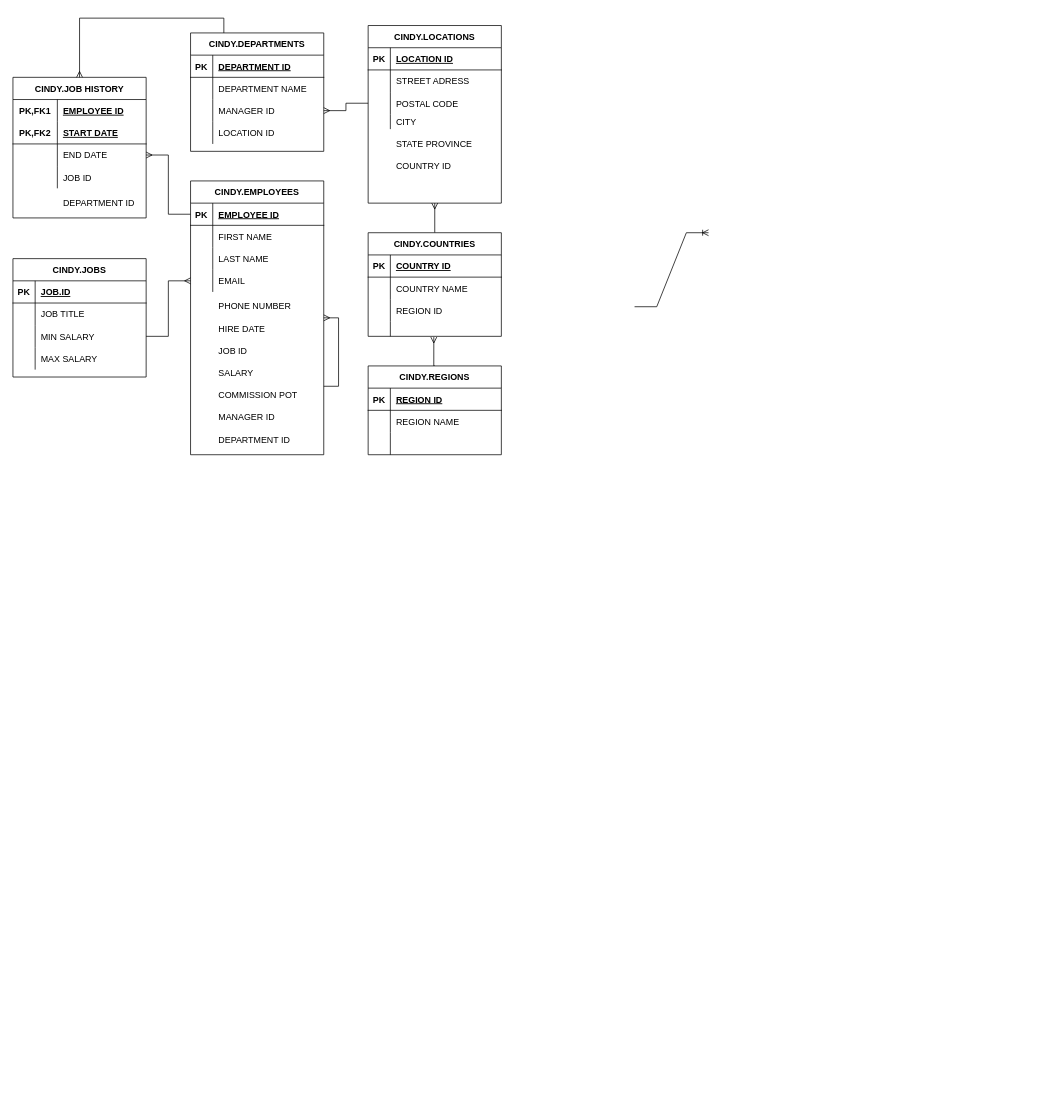
The draw.io diagram Untitled Diagram.drawio in 5w1nd9/creatingERDsWithDraw.io, before the edit. Source tidied: cells renumbered, new cells numbered last; positions are measured from the earlier drawing's top-left corner, leaving out a move shared by most shapes. Both pictures are drawn from the tidied source at 74%, with x=0, y=0 at pixel (13, 25).
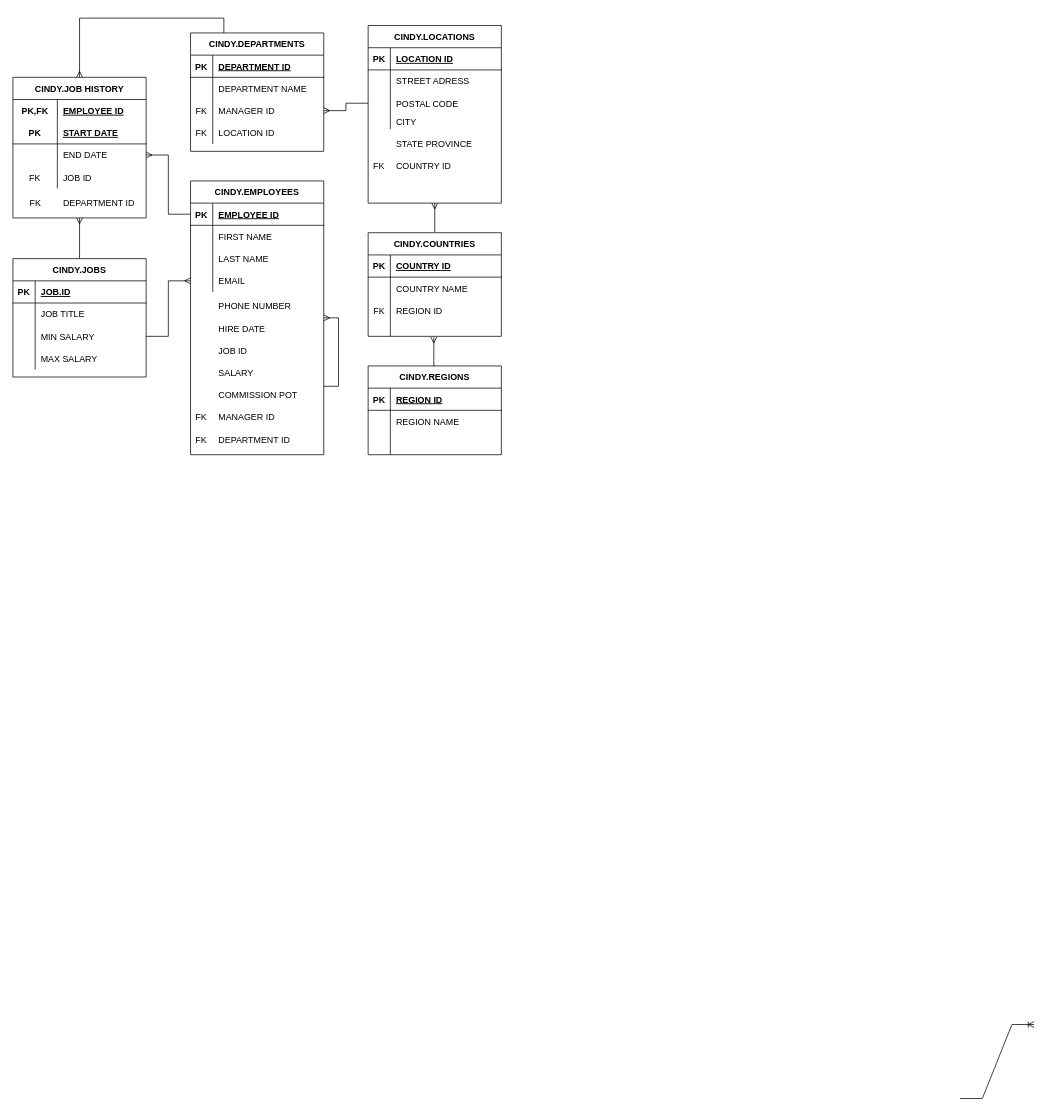
The same page after the edit.

Unchanged cells that the change refers to:
```xml
<mxCell id="2" value="CINDY.JOBS" style="shape=table;startSize=30;childLayout=tableLayout;rowLines=0;fontStyle=1;align=center;" parent="1" vertex="1">
  <mxGeometry y="315" width="180" height="160" as="geometry" />
</mxCell>
<mxCell id="15" value="CINDY.JOB HISTORY" style="shape=table;startSize=30;childLayout=tableLayout;rowLines=0;fontStyle=1;align=center;" parent="1" vertex="1">
  <mxGeometry y="70" width="180" height="190" as="geometry" />
</mxCell>
<mxCell id="16" style="shape=partialRectangle;fillColor=none;top=0;left=0;bottom=0;right=0;" parent="15" vertex="1">
  <mxGeometry y="30" width="180" height="30" as="geometry" />
</mxCell>
<mxCell id="19" style="shape=partialRectangle;fillColor=none;top=0;left=0;bottom=1;right=0;" parent="15" vertex="1">
  <mxGeometry y="60" width="180" height="30" as="geometry" />
</mxCell>
<mxCell id="25" style="shape=partialRectangle;fillColor=none;top=0;left=0;bottom=0;right=0;" parent="15" vertex="1">
  <mxGeometry y="120" width="180" height="30" as="geometry" />
</mxCell>
<mxCell id="36" style="shape=partialRectangle;fillColor=none;top=0;left=0;bottom=0;right=0;points=[[0,0.5],[1,0.5]];portConstraint=eastwest;" parent="29" vertex="1">
  <mxGeometry y="90" width="180" height="30" as="geometry" />
</mxCell>
<mxCell id="39" style="shape=partialRectangle;fillColor=none;top=0;left=0;bottom=0;right=0;" parent="29" vertex="1">
  <mxGeometry y="120" width="180" height="30" as="geometry" />
</mxCell>
<mxCell id="76" style="shape=partialRectangle;fillColor=none;top=0;left=0;bottom=0;right=0;" parent="69" vertex="1">
  <mxGeometry y="90" width="180" height="30" as="geometry" />
</mxCell>
```

Change to the diagram source:
```diff
@@
+    <mxCell id="108" style="edgeStyle=orthogonalEdgeStyle;rounded=0;jettySize=auto;html=1;exitX=0.5;exitY=0;exitDx=0;exitDy=0;entryX=0.5;entryY=1;entryDx=0;entryDy=0;endArrow=ERmany;endFill=0;" parent="1" edge="1" source="2" target="15">
+      <mxGeometry relative="1" as="geometry" />
+    </mxCell>
@@
-    <mxCell id="17" value="PK,FK1" style="shape=partialRectangle;fillColor=none;top=0;left=0;bottom=0;right=0;fontStyle=1;overflow=hidden;" parent="16" vertex="1">
+    <mxCell id="17" value="PK,FK" style="shape=partialRectangle;fillColor=none;top=0;left=0;bottom=0;right=0;fontStyle=1;overflow=hidden;" parent="16" vertex="1">
       <mxGeometry width="60" height="30" as="geometry" />
     </mxCell>
@@
-    <mxCell id="20" value="PK,FK2" style="shape=partialRectangle;fillColor=none;top=0;left=0;bottom=0;right=0;fontStyle=1;overflow=hidden;" parent="19" vertex="1">
+    <mxCell id="20" value="PK" style="shape=partialRectangle;fillColor=none;top=0;left=0;bottom=0;right=0;fontStyle=1;overflow=hidden;" parent="19" vertex="1">
       <mxGeometry width="60" height="30" as="geometry" />
     </mxCell>
@@
-    <mxCell id="26" style="shape=partialRectangle;fillColor=none;top=0;left=0;bottom=0;right=0;overflow=hidden;" parent="25" vertex="1">
+    <mxCell id="26" value="FK" style="shape=partialRectangle;fillColor=none;top=0;left=0;bottom=0;right=0;overflow=hidden;" parent="25" vertex="1">
       <mxGeometry width="60" height="30" as="geometry" />
     </mxCell>
@@
-    <mxCell id="37" style="shape=partialRectangle;fillColor=none;top=0;left=0;bottom=0;right=0;overflow=hidden;" parent="36" vertex="1">
+    <mxCell id="37" value="FK" style="shape=partialRectangle;fillColor=none;top=0;left=0;bottom=0;right=0;overflow=hidden;" parent="36" vertex="1">
       <mxGeometry width="30" height="30" as="geometry" />
     </mxCell>
@@
-    <mxCell id="40" style="shape=partialRectangle;fillColor=none;top=0;left=0;bottom=0;right=0;overflow=hidden;" parent="39" vertex="1">
+    <mxCell id="40" value="FK" style="shape=partialRectangle;fillColor=none;top=0;left=0;bottom=0;right=0;overflow=hidden;" parent="39" vertex="1">
       <mxGeometry width="30" height="30" as="geometry" />
     </mxCell>
@@
-    <mxCell id="77" style="shape=partialRectangle;fillColor=none;top=0;left=0;bottom=0;right=0;overflow=hidden;" parent="76" vertex="1">
+    <mxCell id="77" value="FK" style="shape=partialRectangle;fillColor=none;top=0;left=0;bottom=0;right=0;overflow=hidden;" parent="76" vertex="1">
       <mxGeometry width="30" height="30" as="geometry" />
     </mxCell>
@@
     <mxCell id="103" style="edgeStyle=entityRelationEdgeStyle;fontSize=12;html=1;endArrow=ERoneToMany;rounded=0;" parent="1" edge="1">
       <mxGeometry relative="1" as="geometry">
-        <mxPoint x="840" y="380" as="sourcePoint" />
-        <mxPoint x="940" y="280" as="targetPoint" />
+        <mxPoint x="1280" y="1450" as="sourcePoint" />
+        <mxPoint x="1380" y="1350" as="targetPoint" />
       </mxGeometry>
     </mxCell>
@@
+    <mxCell id="109" value="FK" style="text;html=1;align=left;verticalAlign=middle;strokeColor=none;fillColor=none;" parent="1" vertex="1">
+      <mxGeometry x="485" y="180" width="30" height="20" as="geometry" />
+    </mxCell>
+    <mxCell id="110" value="FK" style="text;html=1;align=left;verticalAlign=middle;strokeColor=none;fillColor=none;" parent="1" vertex="1">
+      <mxGeometry x="245" y="520" width="30" height="20" as="geometry" />
+    </mxCell>
+    <mxCell id="111" value="FK" style="text;html=1;align=left;verticalAlign=middle;strokeColor=none;fillColor=none;" parent="1" vertex="1">
+      <mxGeometry x="245" y="550" width="30" height="20" as="geometry" />
+    </mxCell>
+    <mxCell id="112" value="FK" style="text;html=1;align=center;verticalAlign=middle;strokeColor=none;fillColor=none;" parent="1" vertex="1">
+      <mxGeometry x="15" y="230" width="30" height="20" as="geometry" />
+    </mxCell>
```
